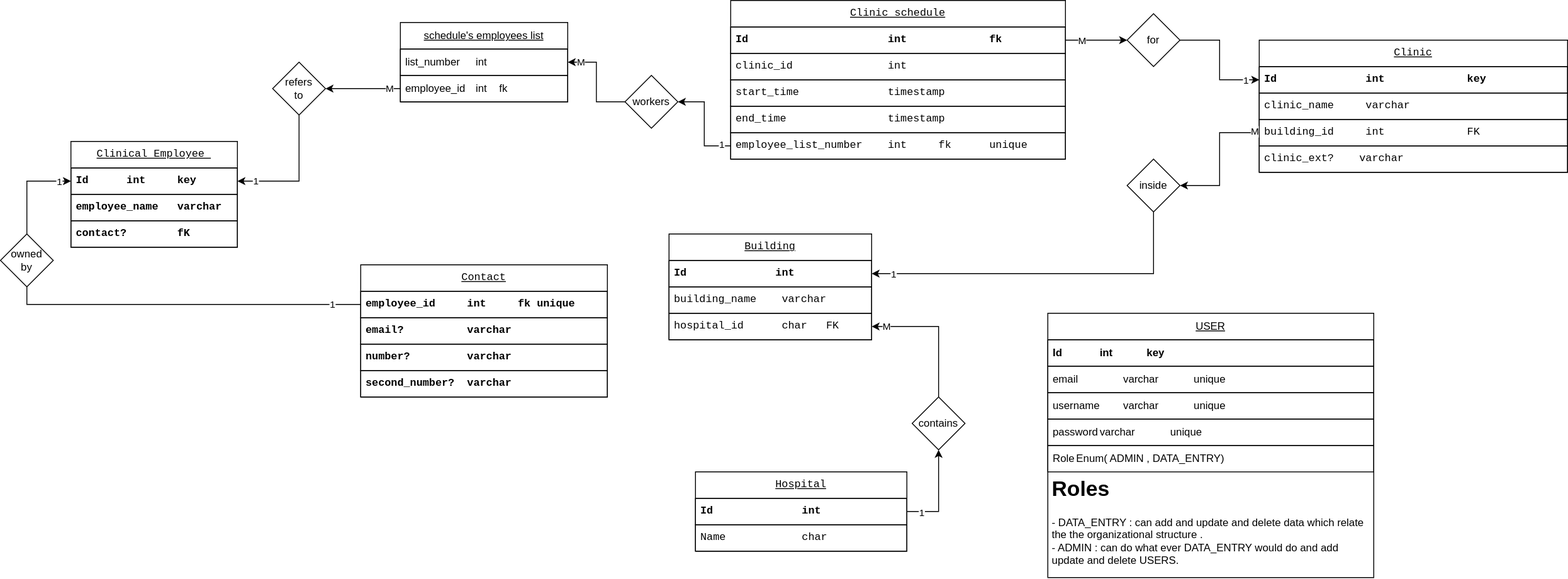
Before: etc/imgs/database.drawio.svg, a diagram exported from draw.io (Abdullah-Khawahir/clinics-schedules). Source tidied: cells renumbered, new cells last; positions are measured from the earlier drawing's top-left corner, leaving out a move shared by most shapes.
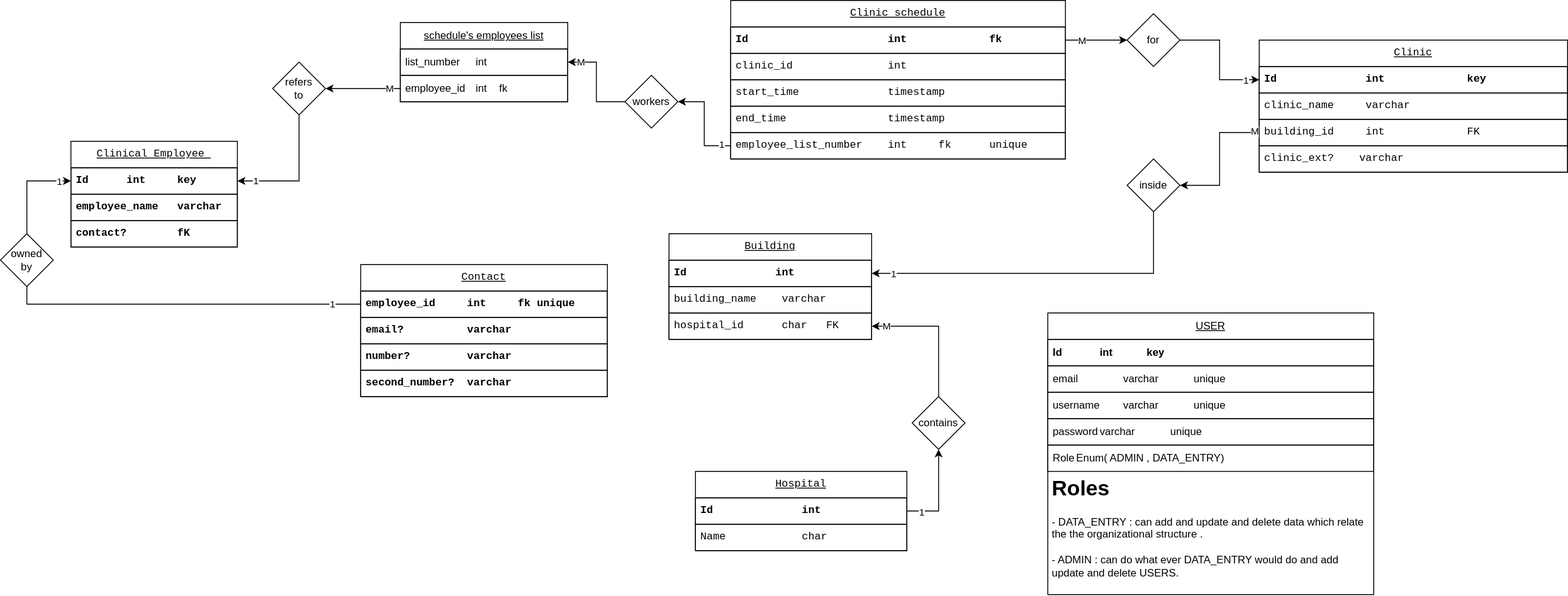
After the change.

The edit, as a diff of the source:
```diff
@@ -144,7 +144,7 @@
       <mxGeometry y="265" width="60" height="60" as="geometry" />
     </mxCell>
     <mxCell id="49" value="USER" style="swimlane;fontStyle=4;horizontal=1;startSize=30;whiteSpace=wrap;html=1;" parent="1" vertex="1">
-      <mxGeometry x="1189" y="355" width="370" height="300" as="geometry" />
+      <mxGeometry x="1189" y="355" width="370" height="320" as="geometry" />
     </mxCell>
     <mxCell id="50" value="&lt;div&gt;Id&lt;span style=&quot;white-space: pre;&quot;&gt;&#9;&lt;/span&gt;&lt;span style=&quot;white-space: pre;&quot;&gt;&#9;&lt;/span&gt;int&lt;span style=&quot;white-space: pre;&quot;&gt;&#9;&lt;/span&gt;&lt;span style=&quot;white-space: pre;&quot;&gt;&#9;&lt;/span&gt;key&lt;/div&gt;" style="text;strokeColor=default;fillColor=none;align=left;verticalAlign=middle;spacingLeft=4;spacingRight=4;overflow=hidden;whiteSpace=wrap;html=1;fontStyle=1;labelBorderColor=none;labelBackgroundColor=none;horizontal=1;spacingTop=0;" parent="49" vertex="1">
       <mxGeometry y="30" width="370" height="30" as="geometry" />
@@ -161,8 +161,8 @@
     <mxCell id="54" value="Role&lt;span style=&quot;white-space: pre;&quot;&gt;&#9;&lt;/span&gt;Enum( ADMIN , DATA_ENTRY)" style="text;strokeColor=default;fillColor=none;align=left;verticalAlign=middle;spacingLeft=4;spacingRight=4;overflow=hidden;whiteSpace=wrap;html=1;" parent="49" vertex="1">
       <mxGeometry y="150" width="370" height="30" as="geometry" />
     </mxCell>
-    <mxCell id="55" value="&lt;h1&gt;Roles&lt;/h1&gt;&lt;div&gt;- DATA_ENTRY : can add and update and delete data which relate the the organizational structure .&lt;/div&gt;&lt;div&gt;- ADMIN : can do what ever DATA_ENTRY would do and add update and delete USERS.&lt;/div&gt;&lt;div&gt;&lt;br&gt;&lt;/div&gt;" style="text;html=1;strokeColor=none;fillColor=none;spacing=5;spacingTop=-20;whiteSpace=wrap;overflow=hidden;rounded=0;" parent="49" vertex="1">
-      <mxGeometry y="180" width="370" height="120" as="geometry" />
+    <mxCell id="55" value="&lt;h1&gt;Roles&lt;/h1&gt;&lt;div&gt;- DATA_ENTRY : can add and update and delete data which relate the the organizational structure .&lt;/div&gt;&lt;div&gt;&lt;br&gt;&lt;/div&gt;&lt;div&gt;- ADMIN : can do what ever DATA_ENTRY would do and add update and delete USERS.&lt;/div&gt;&lt;div&gt;&lt;br&gt;&lt;/div&gt;" style="text;html=1;strokeColor=none;fillColor=none;spacing=5;spacingTop=-20;whiteSpace=wrap;overflow=hidden;rounded=0;" parent="49" vertex="1">
+      <mxGeometry y="180" width="370" height="140" as="geometry" />
     </mxCell>
     <mxCell id="56" style="edgeStyle=orthogonalEdgeStyle;rounded=0;jettySize=auto;html=1;entryX=1;entryY=0.5;entryDx=0;entryDy=0;" parent="1" edge="1" target="x">
       <mxGeometry relative="1" as="geometry">
```
